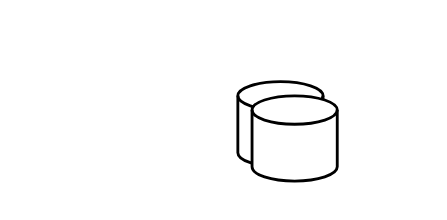
This is server_architecre.drawio from ruhullahil/ruhullahil, a draw.io file, before an edit. Source tidied: cells renumbered, new cells numbered last; positions are measured from the earlier drawing's top-left corner, leaving out a move shared by most shapes. Both pictures are drawn from the tidied source at 142%, with x=0, y=0 at pixel (237, 81).
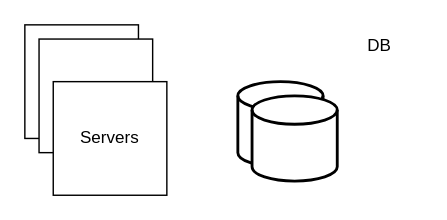
Above is the later version.

Change to the diagram source:
```diff
@@
 <mxGraphModel>
   <root>
     <mxCell id="0" />
     <mxCell id="1" parent="0" />
     <mxCell id="2" style="strokeWidth=2;html=1;shape=mxgraph.flowchart.database;whiteSpace=wrap;" parent="1" vertex="1">
       <mxGeometry width="60" height="60" as="geometry" />
     </mxCell>
     <mxCell id="3" style="strokeWidth=2;html=1;shape=mxgraph.flowchart.database;whiteSpace=wrap;" parent="1" vertex="1">
       <mxGeometry x="10" y="10" width="60" height="60" as="geometry" />
     </mxCell>
+    <mxCell id="4" value="DB" style="text;html=1;align=center;verticalAlign=middle;whiteSpace=wrap;rounded=0;" parent="1" vertex="1">
+      <mxGeometry x="70" y="-40" width="60" height="30" as="geometry" />
+    </mxCell>
+    <mxCell id="5" style="whiteSpace=wrap;html=1;" parent="1" vertex="1">
+      <mxGeometry x="-150" y="-40" width="80" height="80" as="geometry" />
+    </mxCell>
+    <mxCell id="6" style="whiteSpace=wrap;html=1;" parent="1" vertex="1">
+      <mxGeometry x="-140" y="-30" width="80" height="80" as="geometry" />
+    </mxCell>
+    <mxCell id="7" value="Servers" style="whiteSpace=wrap;html=1;" parent="1" vertex="1">
+      <mxGeometry x="-130" width="80" height="80" as="geometry" />
+    </mxCell>
   </root>
 </mxGraphModel>
```
